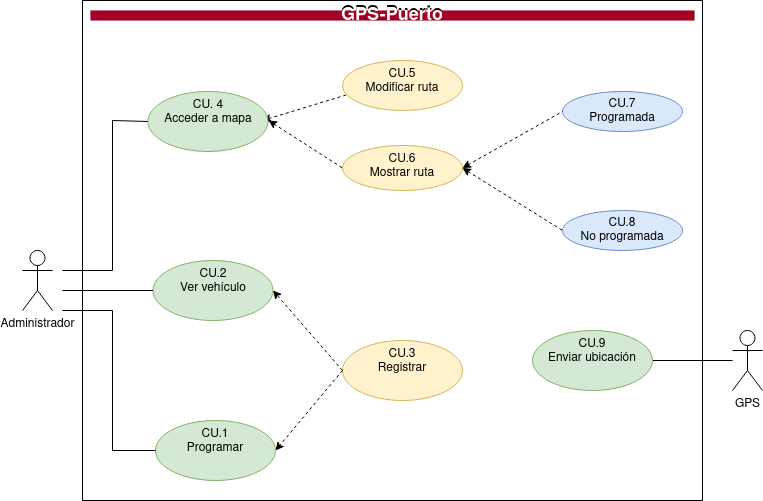
This is Tareas/casosUso/Tarea3/img/GpsPuerto.drawio.png from colidom/ets, a draw.io export, as it was before one commit. Source tidied: cells renumbered, new cells last; positions are measured from the earlier drawing's top-left corner, leaving out a move shared by most shapes.
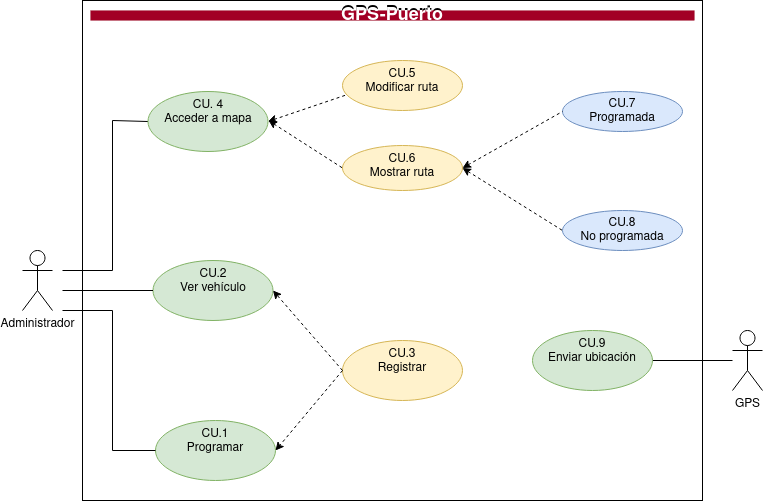
Later version of the same file.

Change to the diagram source:
```diff
@@ -57,10 +57,8 @@
     <mxCell id="14" value="&lt;div&gt;CU.6&lt;/div&gt;&lt;div&gt;Mostrar ruta&lt;br&gt;&lt;/div&gt;" style="ellipse;whiteSpace=wrap;html=1;verticalAlign=top;fillColor=#fff2cc;strokeColor=#d6b656;" parent="1" vertex="1">
       <mxGeometry x="320" y="145" width="120" height="45" as="geometry" />
     </mxCell>
-    <mxCell id="15" style="endArrow=none;html=1;rounded=0;entryX=0.028;entryY=0.692;entryDx=0;entryDy=0;entryPerimeter=0;dashed=1;startArrow=classic;startFill=1;endFill=0;" parent="1" edge="1" target="11">
-      <mxGeometry relative="1" as="geometry">
-        <mxPoint x="240" y="120" as="sourcePoint" />
-      </mxGeometry>
+    <mxCell id="15" style="endArrow=none;html=1;rounded=0;entryX=0.028;entryY=0.692;entryDx=0;entryDy=0;entryPerimeter=0;dashed=1;startArrow=classic;startFill=1;endFill=0;exitX=1;exitY=0.5;exitDx=0;exitDy=0;" parent="1" edge="1" source="17" target="11">
+      <mxGeometry relative="1" as="geometry" />
     </mxCell>
     <mxCell id="16" style="endArrow=none;html=1;rounded=0;entryX=0;entryY=0.5;entryDx=0;entryDy=0;dashed=1;endFill=0;startArrow=classic;startFill=1;" parent="1" edge="1" target="14">
       <mxGeometry relative="1" as="geometry">
```
